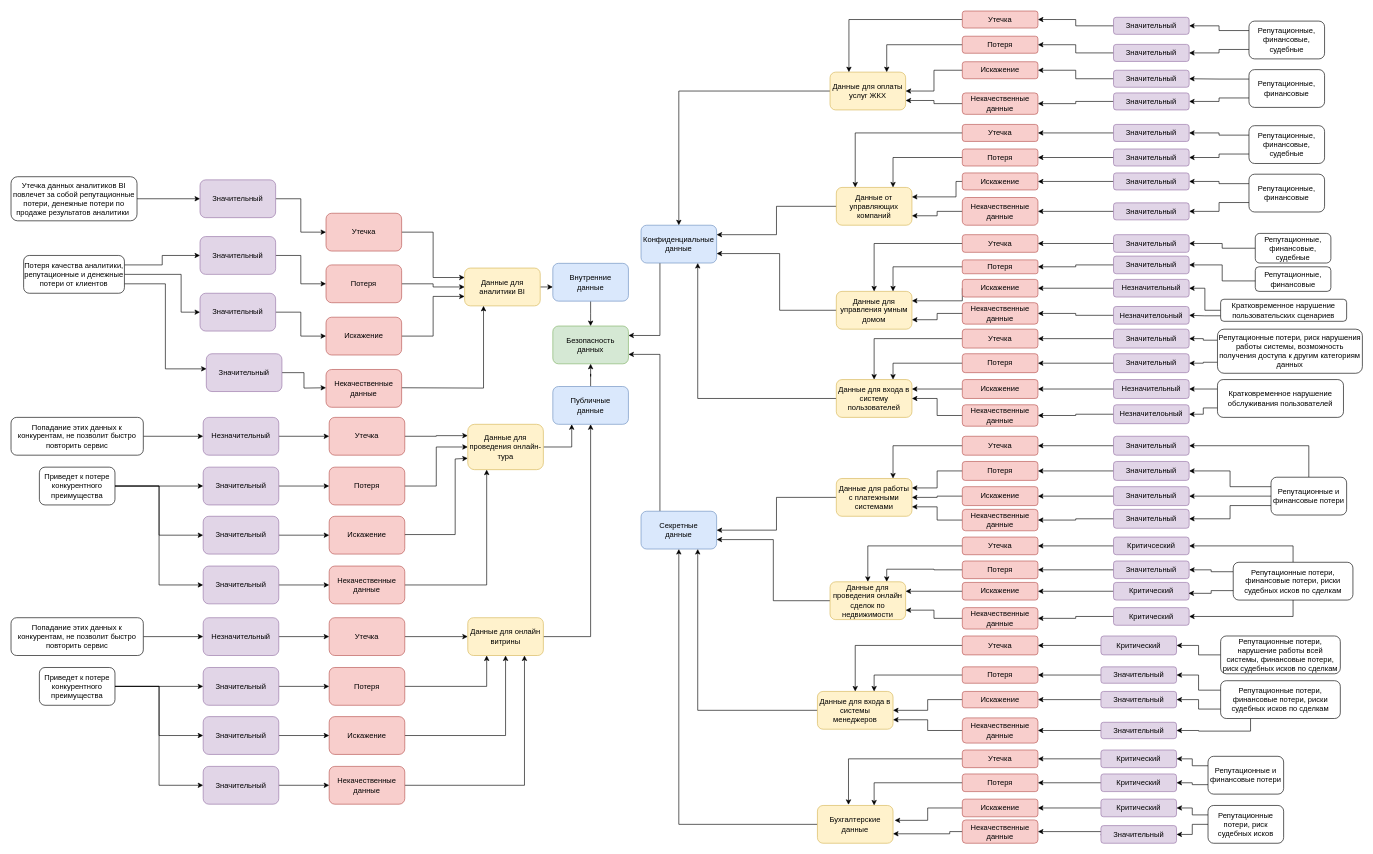
Before: Task1/mindmap.drawio in kandys-man/architecture-propdevelopment, a draw.io diagram. Source tidied: cells renumbered, new cells numbered last; positions are measured from the earlier drawing's top-left corner, leaving out a move shared by most shapes. Both pictures are drawn from the tidied source at 63%, with x=0, y=0 at pixel (11, 11).
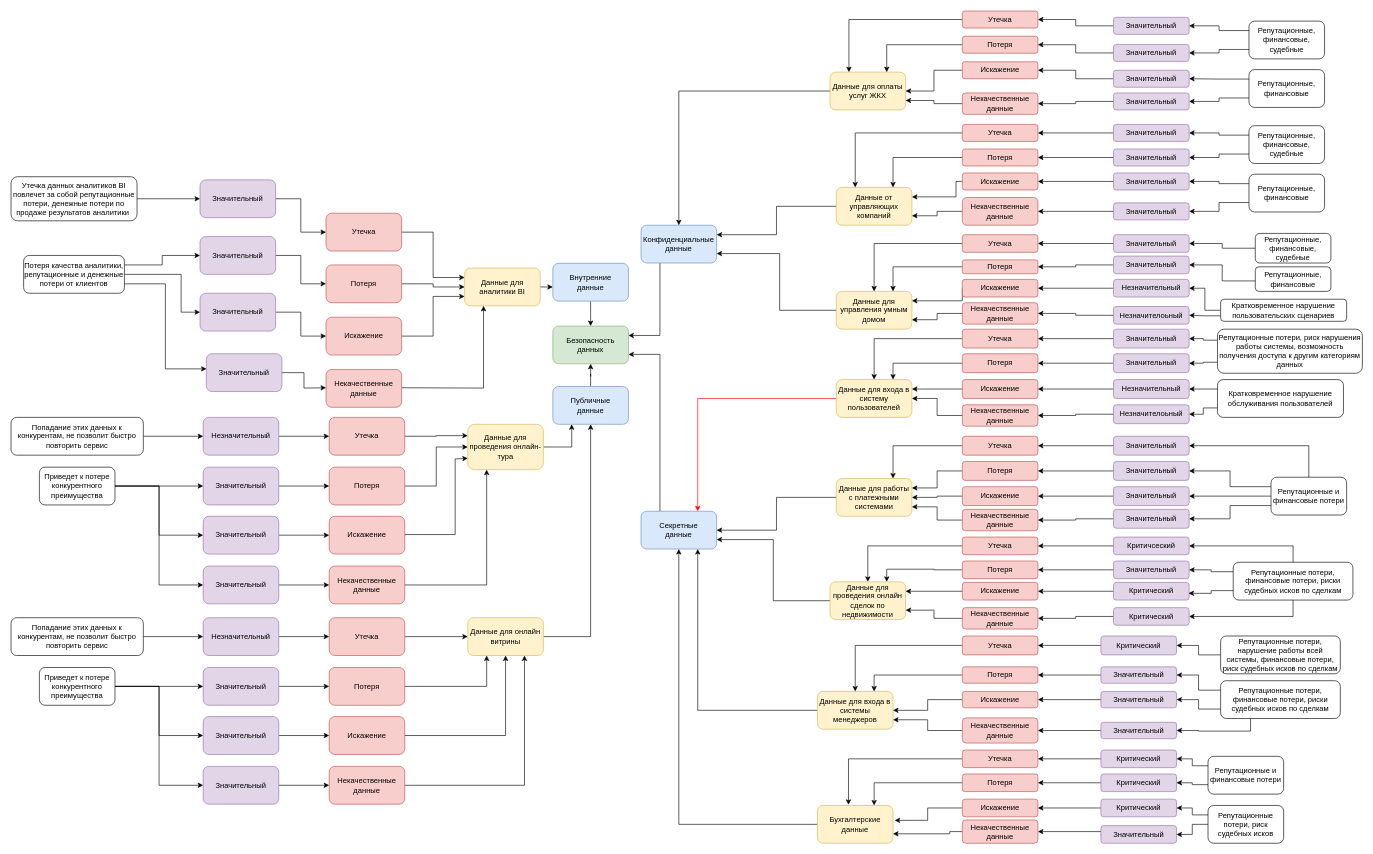
Above is the later version.

Commit message (it also covers changes not shown here):
Правка по замечаниям ревьюера

The change refers to these unchanged cells:
```xml
<mxCell id="8" value="Конфиденциальные&lt;div&gt;данные&lt;/div&gt;" style="rounded=1;whiteSpace=wrap;html=1;fillColor=#dae8fc;strokeColor=#6c8ebf;" parent="1" vertex="1">
  <mxGeometry x="1000" y="340" width="120" height="60" as="geometry" />
</mxCell>
<mxCell id="10" value="Секретные&lt;div&gt;данные&lt;/div&gt;" style="rounded=1;whiteSpace=wrap;html=1;fillColor=#dae8fc;strokeColor=#6c8ebf;" parent="1" vertex="1">
  <mxGeometry x="1000" y="794" width="120" height="60" as="geometry" />
</mxCell>
<mxCell id="26" value="Данные для входа в систему пользователей" style="rounded=1;whiteSpace=wrap;html=1;fillColor=#fff2cc;strokeColor=#d6b656;" parent="1" vertex="1">
  <mxGeometry x="1310" y="585" width="120" height="60" as="geometry" />
</mxCell>
```

Diff of the diagram source:
```diff
@@
-    <mxCell id="25" style="edgeStyle=orthogonalEdgeStyle;rounded=0;jettySize=auto;html=1;exitX=0;exitY=0.5;exitDx=0;exitDy=0;entryX=0.75;entryY=1;entryDx=0;entryDy=0;" parent="1" edge="1" source="26" target="8">
+    <mxCell id="25" style="edgeStyle=orthogonalEdgeStyle;rounded=0;jettySize=auto;html=1;exitX=0;exitY=0.5;exitDx=0;exitDy=0;entryX=0.75;entryY=0;entryDx=0;entryDy=0;strokeColor=#FF0000;" parent="1" edge="1" source="26" target="10">
       <mxGeometry relative="1" as="geometry" />
     </mxCell>
```
